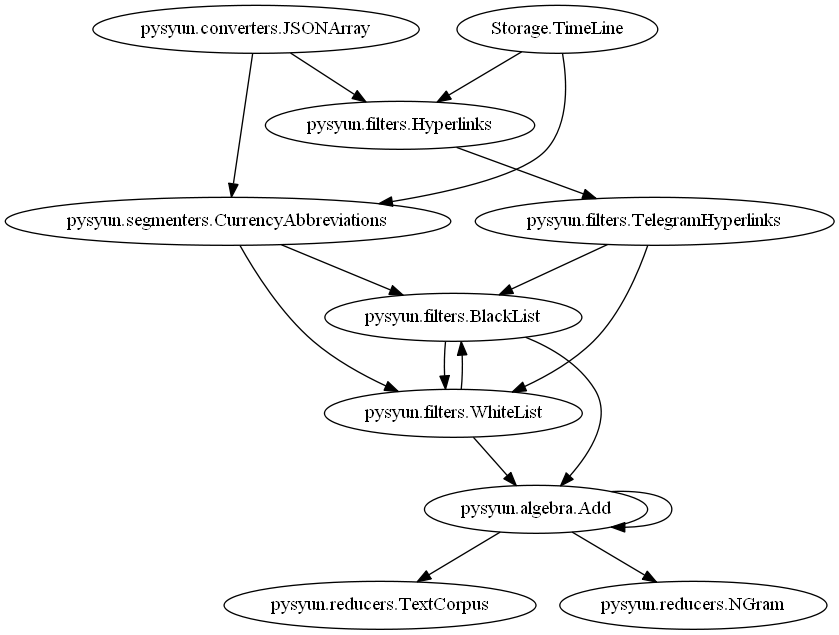
Before: Documentation/Graphviz/pysyun.png, a diagram exported from Graphviz (pysyun/pysyun-timeline). Its source is kept beside it as Documentation/Graphviz/pysyun.dot.
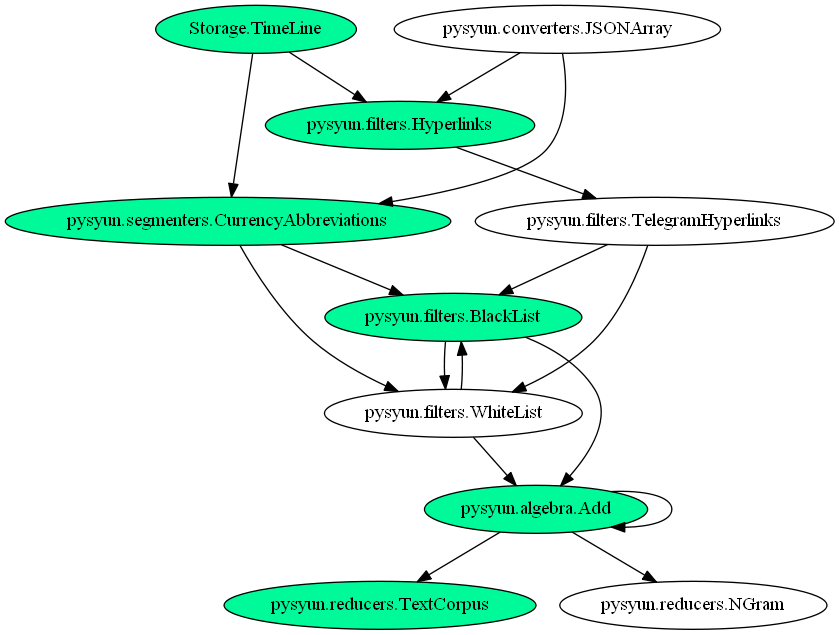
After the commit.

Diff of the diagram source:
```diff
@@ -1,5 +1,11 @@
 digraph G {
 	# rankdir=LR;
+	pysyun.filters.Hyperlinks[style=filled fillcolor=MediumSpringGreen]
+	pysyun.segmenters.CurrencyAbbreviations[style=filled fillcolor=MediumSpringGreen]
+	pysyun.filters.BlackList[style=filled fillcolor=MediumSpringGreen]
+	pysyun.algebra.Add[style=filled fillcolor=MediumSpringGreen]
+	pysyun.reducers.TextCorpus[style=filled fillcolor=MediumSpringGreen]
+	Storage.TimeLine[style=filled fillcolor=MediumSpringGreen]
 	pysyun.converters.JSONArray -> pysyun.filters.Hyperlinks;
 	pysyun.converters.JSONArray -> pysyun.segmenters.CurrencyAbbreviations;
     Storage.TimeLine -> pysyun.segmenters.CurrencyAbbreviations;
```
